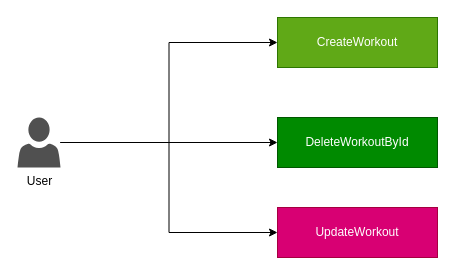
The draw.io diagram page "TrainingService/WorkoutSessions" (18 of 31) of Architecture.drawio in AlanEdward19/ShapeUp, before the edit. Source tidied: cells renumbered, new cells numbered last; positions are measured from the earlier drawing's top-left corner, leaving out a move shared by most shapes. Both pictures are drawn from the tidied source at 100%, with x=0, y=0 at pixel (17, 17).
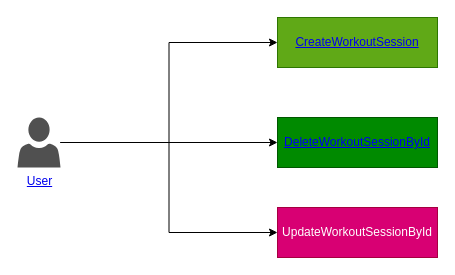
The same diagram, later.

Diff of the diagram source:
```diff
@@
 <mxGraphModel>
   <root>
     <mxCell id="0" />
     <mxCell id="1" parent="0" />
     <mxCell id="2" style="edgeStyle=orthogonalEdgeStyle;rounded=0;jettySize=auto;html=1;entryX=0;entryY=0.5;entryDx=0;entryDy=0;" parent="1" edge="1" source="5" target="7">
       <mxGeometry relative="1" as="geometry" />
     </mxCell>
     <mxCell id="3" style="edgeStyle=orthogonalEdgeStyle;rounded=0;jettySize=auto;html=1;entryX=0;entryY=0.5;entryDx=0;entryDy=0;" parent="1" edge="1" source="5" target="8">
       <mxGeometry relative="1" as="geometry" />
     </mxCell>
     <mxCell id="4" style="edgeStyle=orthogonalEdgeStyle;rounded=0;jettySize=auto;html=1;entryX=0;entryY=0.5;entryDx=0;entryDy=0;" parent="1" edge="1" source="5" target="6">
       <mxGeometry relative="1" as="geometry" />
     </mxCell>
-    <mxCell id="5" value="User" style="sketch=0;shadow=0;dashed=0;html=1;strokeColor=none;labelPosition=center;verticalLabelPosition=bottom;verticalAlign=top;align=center;fillColor=#505050;shape=mxgraph.mscae.intune.account_portal;" parent="1" vertex="1">
+    <mxCell id="5" value="&lt;a href=&quot;data:page/id,LFTsON64EvUL7DkV5BSQ&quot;&gt;User&lt;/a&gt;" style="sketch=0;shadow=0;dashed=0;html=1;strokeColor=none;labelPosition=center;verticalLabelPosition=bottom;verticalAlign=top;align=center;fillColor=#505050;shape=mxgraph.mscae.intune.account_portal;" parent="1" vertex="1">
       <mxGeometry y="100" width="43" height="50" as="geometry" />
     </mxCell>
-    <mxCell id="6" value="UpdateWorkout" style="whiteSpace=wrap;html=1;fillColor=#d80073;strokeColor=#A50040;fontColor=#ffffff;" parent="1" vertex="1">
+    <mxCell id="6" value="UpdateWorkoutSessionById" style="whiteSpace=wrap;html=1;fillColor=#d80073;strokeColor=#A50040;fontColor=#ffffff;" parent="1" vertex="1">
       <mxGeometry x="260" y="190" width="160" height="50" as="geometry" />
     </mxCell>
-    <mxCell id="7" value="CreateWorkout" style="whiteSpace=wrap;html=1;fillColor=#60a917;strokeColor=#2D7600;fontColor=#ffffff;" parent="1" vertex="1">
+    <mxCell id="7" value="&lt;a href=&quot;data:page/id,Ehlq-4VVLR9ZP5PspZgf&quot;&gt;CreateWorkoutSession&lt;/a&gt;" style="whiteSpace=wrap;html=1;fillColor=#60a917;strokeColor=#2D7600;fontColor=#ffffff;" parent="1" vertex="1">
       <mxGeometry x="260" width="160" height="50" as="geometry" />
     </mxCell>
-    <mxCell id="8" value="DeleteWorkoutById" style="whiteSpace=wrap;html=1;fillColor=#008a00;strokeColor=#005700;fontColor=#ffffff;" parent="1" vertex="1">
+    <mxCell id="8" value="&lt;a href=&quot;data:page/id,7Jsbe0ICk3gzaksw9_A0&quot;&gt;DeleteWorkoutSessionById&lt;/a&gt;" style="whiteSpace=wrap;html=1;fillColor=#008a00;strokeColor=#005700;fontColor=#ffffff;" parent="1" vertex="1">
       <mxGeometry x="260" y="100" width="160" height="50" as="geometry" />
     </mxCell>
   </root>
 </mxGraphModel>
```
